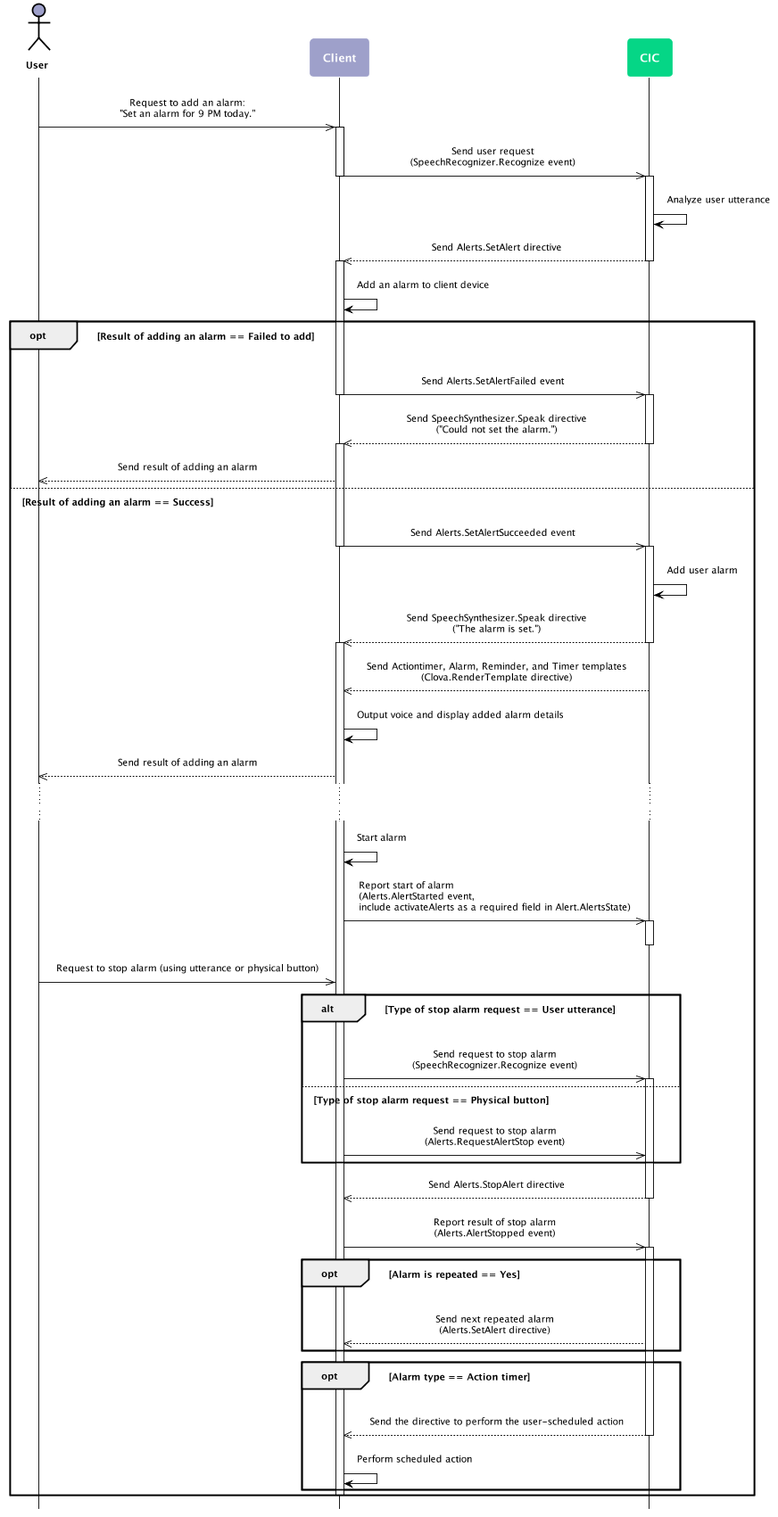
This is en/CIC/Resources/Images/CIC_Alerts_Work_Flow.png from gracefulife/clova-developer-guide, a PlantUML export, as it was before one commit.
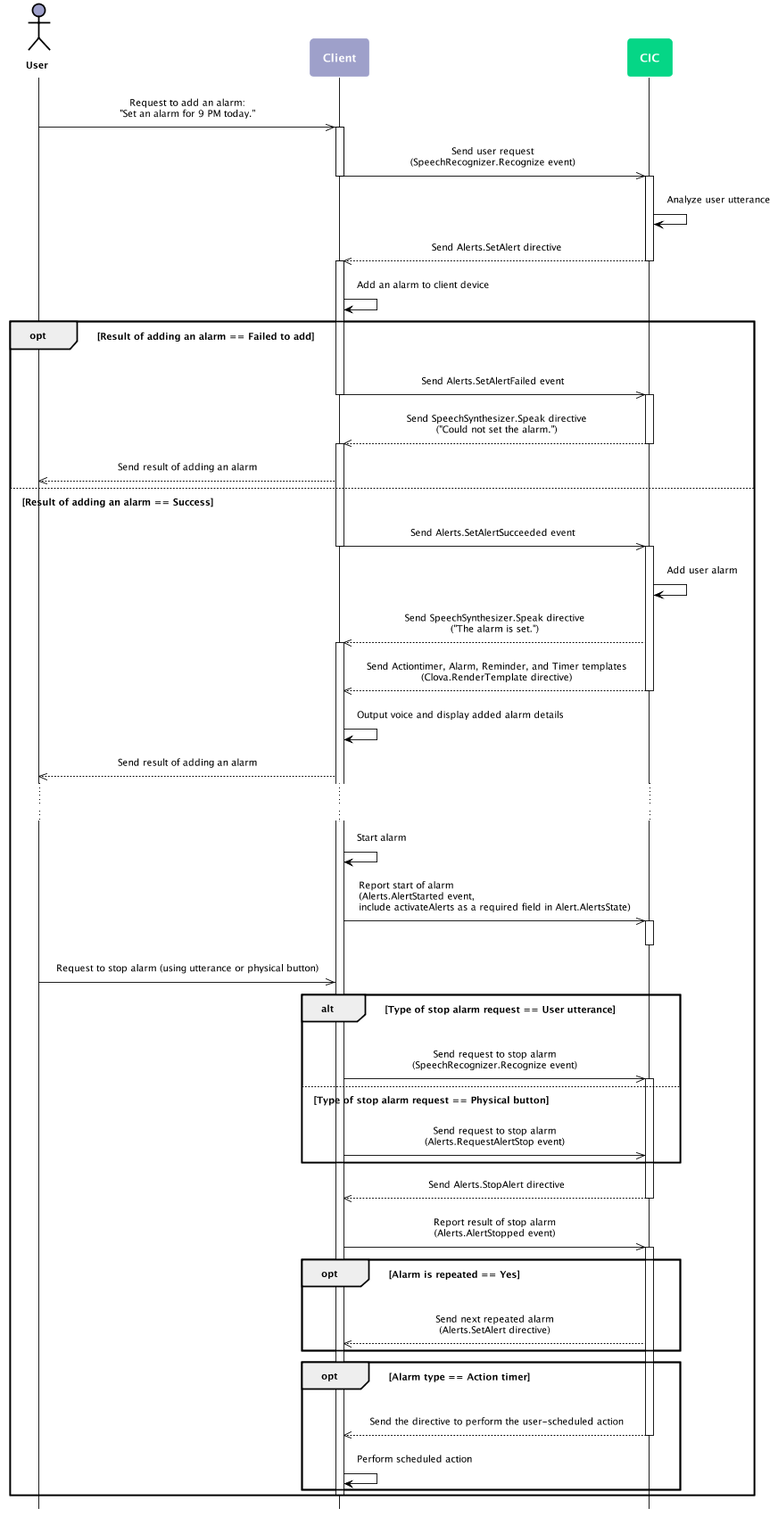
After the change.

Diff of the diagram source:
```diff
@@ -56,7 +56,6 @@
 activate cic
 cic -> cic : Add user alarm
 cic -->> client : Send SpeechSynthesizer.Speak directive\n("The alarm is set.")
-deactivate cic
 activate client
 cic -->> client : Send Actiontimer, Alarm, Reminder, and Timer templates\n(Clova.RenderTemplate directive)
 deactivate cic
```
